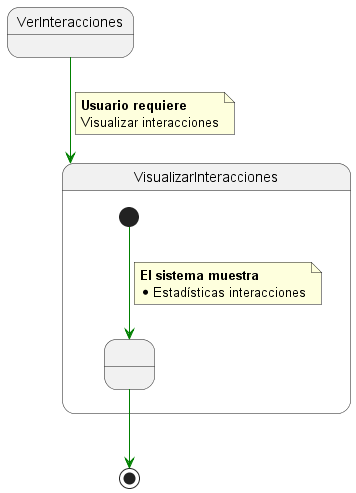
Before: 000-entregas/Grupo1/DetalleCasosDeUso/images/VerInteracciones.png, a diagram exported from PlantUML (mmasias/IdSw1-22-23). Its diagram source:
```plantuml
@startuml VerInteracciones

State VerInteracciones


State VisualizarInteracciones{

  State state1 as " "

  [*] -[#green]-> state1

  note on link
    <b>El sistema muestra
    * Estadísticas interacciones
  end note


}

VerInteracciones-[#green]-> VisualizarInteracciones

note on link
 <b>Usuario requiere
 Visualizar interacciones
end note

state1 -[#green]-> [*]


@enduml
```
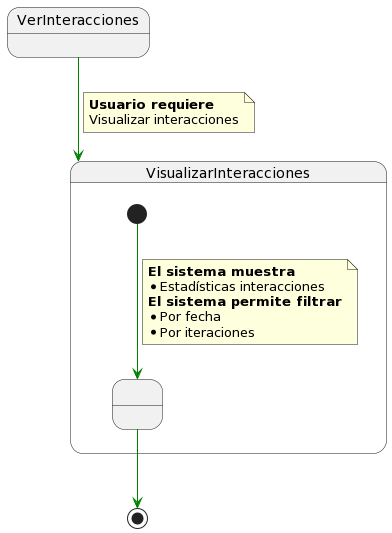
The same file after the commit.

Diff of the diagram source:
```diff
@@ -1,5 +1,4 @@
-@startuml VerInteracciones
-
+@startuml
 State VerInteracciones
 
 
@@ -12,6 +11,9 @@
   note on link
     <b>El sistema muestra
     * Estadísticas interacciones
+    <b>El sistema permite filtrar
+    * Por fecha
+    * Por iteraciones
   end note
 
 
@@ -25,6 +27,4 @@
 end note
 
 state1 -[#green]-> [*]
-
-
 @enduml
```
